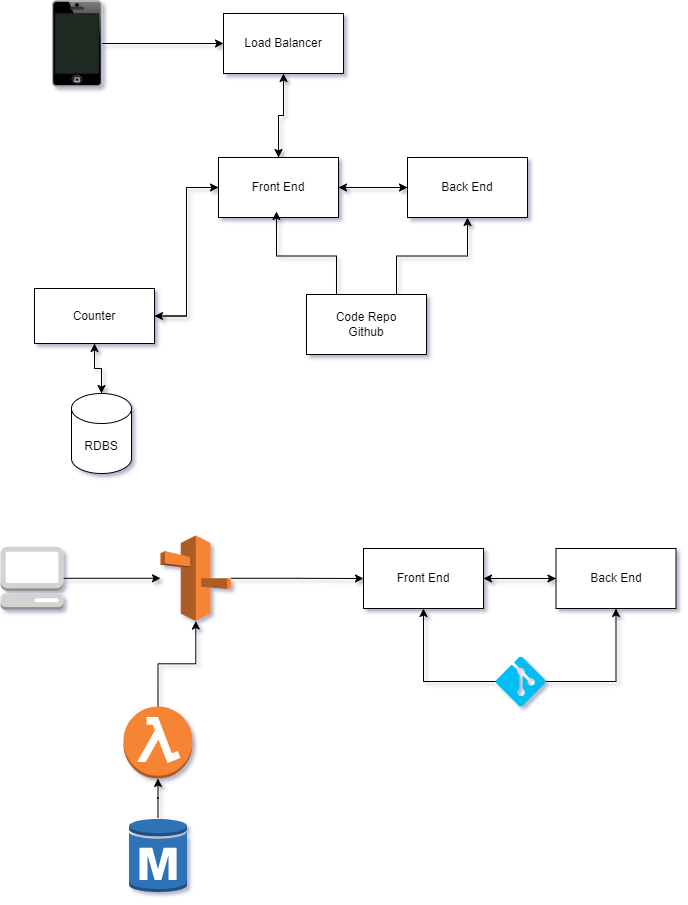
Before: aws-cloud-resume-architecture.drawio.png, a diagram exported from draw.io (tanaka14/aws-cloud-resume). Source tidied: cells renumbered, new cells last; positions are measured from the earlier drawing's top-left corner, leaving out a move shared by most shapes.
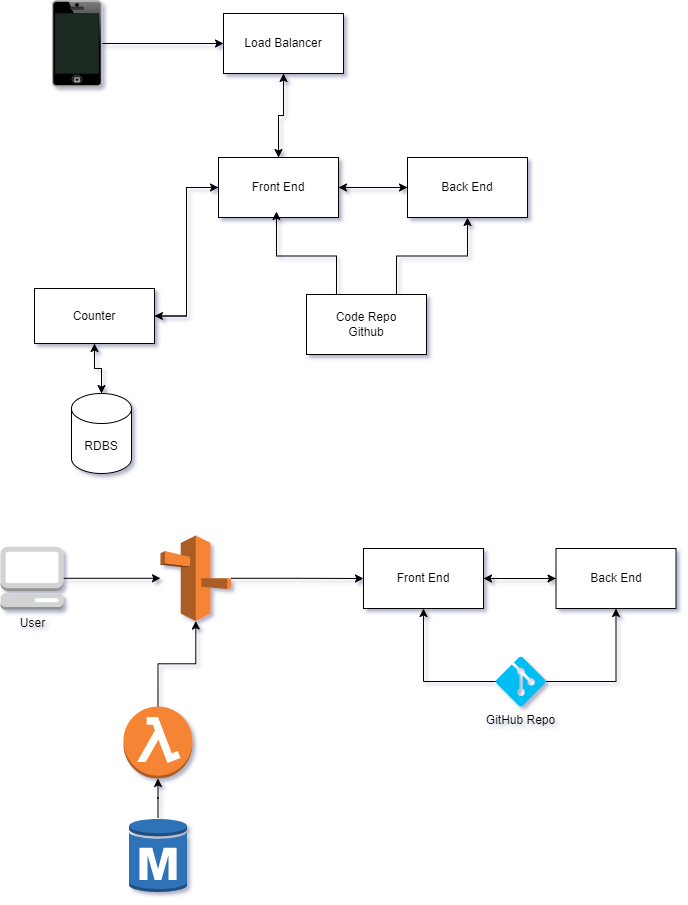
Later version of the same file.

Diff of the diagram source:
```diff
@@ -68,7 +68,7 @@
     <mxCell id="23" style="edgeStyle=orthogonalEdgeStyle;rounded=0;jettySize=auto;html=1;" parent="1" edge="1" source="24" target="22">
       <mxGeometry relative="1" as="geometry" />
     </mxCell>
-    <mxCell id="24" style="outlineConnect=0;dashed=0;verticalLabelPosition=bottom;verticalAlign=top;align=center;html=1;shape=mxgraph.aws3.management_console;fillColor=#D2D3D3;gradientColor=none;" parent="1" vertex="1">
+    <mxCell id="24" value="User" style="outlineConnect=0;dashed=0;verticalLabelPosition=bottom;verticalAlign=top;align=center;html=1;shape=mxgraph.aws3.management_console;fillColor=#D2D3D3;gradientColor=none;" parent="1" vertex="1">
       <mxGeometry y="546.2" width="63" height="63" as="geometry" />
     </mxCell>
     <mxCell id="25" style="edgeStyle=orthogonalEdgeStyle;rounded=0;jettySize=auto;html=1;" parent="1" edge="1" source="26" target="22">
@@ -83,7 +83,7 @@
     <mxCell id="28" style="edgeStyle=orthogonalEdgeStyle;rounded=0;jettySize=auto;html=1;entryX=0.5;entryY=1;entryDx=0;entryDy=0;" parent="1" edge="1" source="29" target="33">
       <mxGeometry relative="1" as="geometry" />
     </mxCell>
-    <mxCell id="29" style="verticalLabelPosition=bottom;html=1;verticalAlign=top;align=center;strokeColor=none;fillColor=#00BEF2;shape=mxgraph.azure.git_repository;" parent="1" vertex="1">
+    <mxCell id="29" value="GitHub Repo" style="verticalLabelPosition=bottom;html=1;verticalAlign=top;align=center;strokeColor=none;fillColor=#00BEF2;shape=mxgraph.azure.git_repository;" parent="1" vertex="1">
       <mxGeometry x="495.2" y="656" width="50" height="50" as="geometry" />
     </mxCell>
     <mxCell id="30" style="edgeStyle=orthogonalEdgeStyle;rounded=0;jettySize=auto;html=1;" parent="1" edge="1" source="31" target="33">
```
